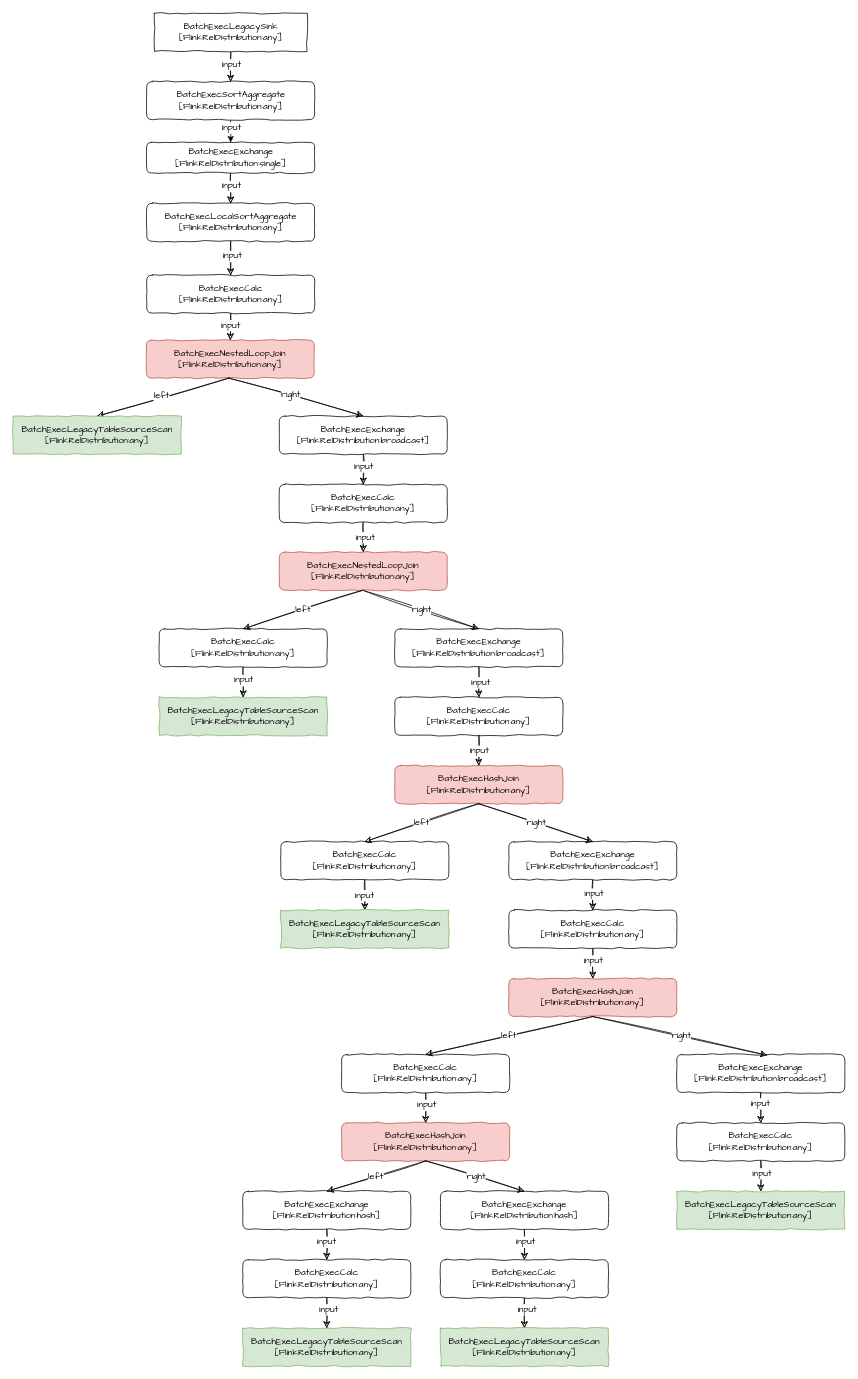
Above: tpc_ds_query13.drawio in YoungLiu/drawio (draw.io), before the change. Source tidied: cells renumbered, new cells numbered last; positions are measured from the earlier drawing's top-left corner, leaving out a move shared by most shapes. Both pictures are drawn from the tidied source at 76%, with x=0, y=0 at pixel (13, 13).
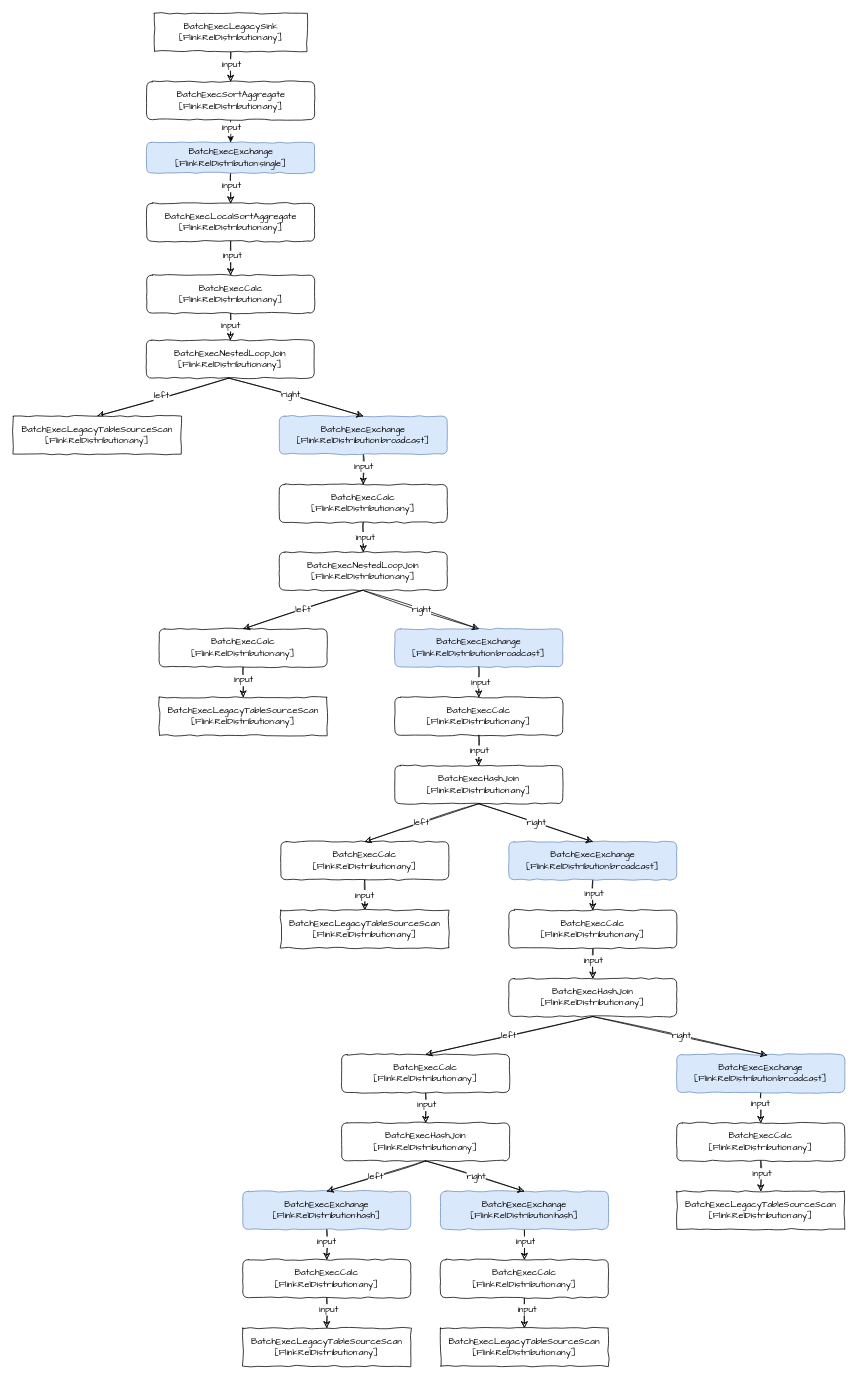
The same page after the edit.

Change to the diagram source:
```diff
@@
-    <mxCell id="10" value="&lt;span style=&quot;&quot;&gt;BatchExecExchange&lt;br&gt;[&lt;/span&gt;&lt;span style=&quot;&quot;&gt;FlinkRelDistribution:single&lt;/span&gt;&lt;span style=&quot;&quot;&gt;]&lt;br&gt;&lt;/span&gt;" style="rounded=1;whiteSpace=wrap;html=1;comic=1;fontFamily=Comic Sans MS;" parent="1" vertex="1">
+    <mxCell id="10" value="&lt;span style=&quot;&quot;&gt;BatchExecExchange&lt;br&gt;[&lt;/span&gt;&lt;span style=&quot;&quot;&gt;FlinkRelDistribution:single&lt;/span&gt;&lt;span style=&quot;&quot;&gt;]&lt;br&gt;&lt;/span&gt;" style="rounded=1;whiteSpace=wrap;html=1;comic=1;fontFamily=Comic Sans MS;fillColor=#dae8fc;strokeColor=#6c8ebf;" parent="1" vertex="1">
       <mxGeometry x="175.5" y="170" width="221" height="40" as="geometry" />
     </mxCell>
@@
-    <mxCell id="17" value="&lt;span&gt;BatchExecNestedLoopJoin&lt;br&gt;[&lt;/span&gt;&lt;span&gt;FlinkRelDistribution:any&lt;/span&gt;&lt;span&gt;]&lt;/span&gt;&lt;span&gt;&lt;br&gt;&lt;/span&gt;" style="rounded=1;whiteSpace=wrap;html=1;comic=1;fontFamily=Comic Sans MS;fillColor=#f8cecc;strokeColor=#b85450;" parent="1" vertex="1">
+    <mxCell id="17" value="&lt;span&gt;BatchExecNestedLoopJoin&lt;br&gt;[&lt;/span&gt;&lt;span&gt;FlinkRelDistribution:any&lt;/span&gt;&lt;span&gt;]&lt;/span&gt;&lt;span&gt;&lt;br&gt;&lt;/span&gt;" style="rounded=1;whiteSpace=wrap;html=1;comic=1;fontFamily=Comic Sans MS;" parent="1" vertex="1">
       <mxGeometry x="175" y="430" width="221" height="50" as="geometry" />
     </mxCell>
@@
-    <mxCell id="22" value="&lt;span&gt;BatchExecExchange&lt;br&gt;[&lt;/span&gt;&lt;span&gt;FlinkRelDistribution:broadcast&lt;/span&gt;&lt;span&gt;]&lt;/span&gt;&lt;span&gt;&lt;br&gt;&lt;/span&gt;" style="rounded=1;whiteSpace=wrap;html=1;comic=1;fontFamily=Comic Sans MS;" parent="1" vertex="1">
+    <mxCell id="22" value="&lt;span&gt;BatchExecExchange&lt;br&gt;[&lt;/span&gt;&lt;span&gt;FlinkRelDistribution:broadcast&lt;/span&gt;&lt;span&gt;]&lt;/span&gt;&lt;span&gt;&lt;br&gt;&lt;/span&gt;" style="rounded=1;whiteSpace=wrap;html=1;comic=1;fontFamily=Comic Sans MS;fillColor=#dae8fc;strokeColor=#6c8ebf;" parent="1" vertex="1">
       <mxGeometry x="350" y="530" width="221" height="50" as="geometry" />
     </mxCell>
@@
-    <mxCell id="25" value="&lt;span style=&quot;&quot;&gt;BatchExecLegacyTableSourceScan&lt;br&gt;[&lt;/span&gt;&lt;span style=&quot;&quot;&gt;FlinkRelDistribution:any&lt;/span&gt;&lt;span style=&quot;&quot;&gt;]&lt;/span&gt;&lt;span style=&quot;&quot;&gt;&lt;br&gt;&lt;/span&gt;" style="rounded=0;whiteSpace=wrap;html=1;comic=1;fontFamily=Comic Sans MS;fillColor=#d5e8d4;strokeColor=#82b366;" parent="1" vertex="1">
+    <mxCell id="25" value="&lt;span style=&quot;&quot;&gt;BatchExecLegacyTableSourceScan&lt;br&gt;[&lt;/span&gt;&lt;span style=&quot;&quot;&gt;FlinkRelDistribution:any&lt;/span&gt;&lt;span style=&quot;&quot;&gt;]&lt;/span&gt;&lt;span style=&quot;&quot;&gt;&lt;br&gt;&lt;/span&gt;" style="rounded=0;whiteSpace=wrap;html=1;comic=1;fontFamily=Comic Sans MS;" parent="1" vertex="1">
       <mxGeometry y="530" width="221" height="50" as="geometry" />
     </mxCell>
@@
-    <mxCell id="29" value="&lt;span&gt;BatchExecNestedLoopJoin&lt;br&gt;[&lt;/span&gt;&lt;span&gt;FlinkRelDistribution:any&lt;/span&gt;&lt;span&gt;]&lt;/span&gt;&lt;span&gt;&lt;br&gt;&lt;/span&gt;" style="rounded=1;whiteSpace=wrap;html=1;comic=1;fontFamily=Comic Sans MS;fillColor=#f8cecc;strokeColor=#b85450;" parent="1" vertex="1">
+    <mxCell id="29" value="&lt;span&gt;BatchExecNestedLoopJoin&lt;br&gt;[&lt;/span&gt;&lt;span&gt;FlinkRelDistribution:any&lt;/span&gt;&lt;span&gt;]&lt;/span&gt;&lt;span&gt;&lt;br&gt;&lt;/span&gt;" style="rounded=1;whiteSpace=wrap;html=1;comic=1;fontFamily=Comic Sans MS;" parent="1" vertex="1">
       <mxGeometry x="350" y="709" width="221" height="50" as="geometry" />
     </mxCell>
@@
-    <mxCell id="35" value="&lt;span&gt;BatchExecExchange&lt;br&gt;[&lt;/span&gt;&lt;span&gt;FlinkRelDistribution:broadcast&lt;/span&gt;&lt;span&gt;]&lt;/span&gt;&lt;span&gt;&lt;br&gt;&lt;/span&gt;" style="rounded=1;whiteSpace=wrap;html=1;comic=1;fontFamily=Comic Sans MS;" parent="1" vertex="1">
+    <mxCell id="35" value="&lt;span&gt;BatchExecExchange&lt;br&gt;[&lt;/span&gt;&lt;span&gt;FlinkRelDistribution:broadcast&lt;/span&gt;&lt;span&gt;]&lt;/span&gt;&lt;span&gt;&lt;br&gt;&lt;/span&gt;" style="rounded=1;whiteSpace=wrap;html=1;comic=1;fontFamily=Comic Sans MS;fillColor=#dae8fc;strokeColor=#6c8ebf;" parent="1" vertex="1">
       <mxGeometry x="502" y="810" width="221" height="50" as="geometry" />
     </mxCell>
@@
-    <mxCell id="40" value="&lt;span style=&quot;&quot;&gt;BatchExecHashJoin&lt;br&gt;[&lt;/span&gt;&lt;span style=&quot;&quot;&gt;FlinkRelDistribution:any&lt;/span&gt;&lt;span style=&quot;&quot;&gt;]&lt;/span&gt;&lt;span style=&quot;&quot;&gt;&lt;br&gt;&lt;/span&gt;" style="rounded=1;whiteSpace=wrap;html=1;comic=1;fontFamily=Comic Sans MS;fillColor=#f8cecc;strokeColor=#b85450;" parent="1" vertex="1">
+    <mxCell id="40" value="&lt;span style=&quot;&quot;&gt;BatchExecHashJoin&lt;br&gt;[&lt;/span&gt;&lt;span style=&quot;&quot;&gt;FlinkRelDistribution:any&lt;/span&gt;&lt;span style=&quot;&quot;&gt;]&lt;/span&gt;&lt;span style=&quot;&quot;&gt;&lt;br&gt;&lt;/span&gt;" style="rounded=1;whiteSpace=wrap;html=1;comic=1;fontFamily=Comic Sans MS;" parent="1" vertex="1">
       <mxGeometry x="502" y="990" width="221" height="50" as="geometry" />
     </mxCell>
@@
-    <mxCell id="43" value="&lt;span style=&quot;&quot;&gt;BatchExecLegacyTableSourceScan&lt;br&gt;[&lt;/span&gt;&lt;span style=&quot;&quot;&gt;FlinkRelDistribution:any&lt;/span&gt;&lt;span style=&quot;&quot;&gt;]&lt;/span&gt;&lt;span style=&quot;&quot;&gt;&lt;br&gt;&lt;/span&gt;" style="rounded=0;whiteSpace=wrap;html=1;comic=1;fontFamily=Comic Sans MS;fillColor=#d5e8d4;strokeColor=#82b366;" parent="1" vertex="1">
+    <mxCell id="43" value="&lt;span style=&quot;&quot;&gt;BatchExecLegacyTableSourceScan&lt;br&gt;[&lt;/span&gt;&lt;span style=&quot;&quot;&gt;FlinkRelDistribution:any&lt;/span&gt;&lt;span style=&quot;&quot;&gt;]&lt;/span&gt;&lt;span style=&quot;&quot;&gt;&lt;br&gt;&lt;/span&gt;" style="rounded=0;whiteSpace=wrap;html=1;comic=1;fontFamily=Comic Sans MS;" parent="1" vertex="1">
       <mxGeometry x="192" y="900" width="221" height="50" as="geometry" />
     </mxCell>
@@
-    <mxCell id="49" value="&lt;span style=&quot;&quot;&gt;BatchExecLegacyTableSourceScan&lt;br&gt;[&lt;/span&gt;&lt;span style=&quot;&quot;&gt;FlinkRelDistribution:any&lt;/span&gt;&lt;span style=&quot;&quot;&gt;]&lt;/span&gt;&lt;span style=&quot;&quot;&gt;&lt;br&gt;&lt;/span&gt;" style="rounded=0;whiteSpace=wrap;html=1;comic=1;fontFamily=Comic Sans MS;fillColor=#d5e8d4;strokeColor=#82b366;" parent="1" vertex="1">
+    <mxCell id="49" value="&lt;span style=&quot;&quot;&gt;BatchExecLegacyTableSourceScan&lt;br&gt;[&lt;/span&gt;&lt;span style=&quot;&quot;&gt;FlinkRelDistribution:any&lt;/span&gt;&lt;span style=&quot;&quot;&gt;]&lt;/span&gt;&lt;span style=&quot;&quot;&gt;&lt;br&gt;&lt;/span&gt;" style="rounded=0;whiteSpace=wrap;html=1;comic=1;fontFamily=Comic Sans MS;" parent="1" vertex="1">
       <mxGeometry x="352" y="1180" width="221" height="50" as="geometry" />
     </mxCell>
@@
-    <mxCell id="52" value="&lt;span&gt;BatchExecExchange&lt;br&gt;[&lt;/span&gt;&lt;span&gt;FlinkRelDistribution:broadcast&lt;/span&gt;&lt;span&gt;]&lt;/span&gt;&lt;span&gt;&lt;br&gt;&lt;/span&gt;" style="rounded=1;whiteSpace=wrap;html=1;comic=1;fontFamily=Comic Sans MS;" parent="1" vertex="1">
+    <mxCell id="52" value="&lt;span&gt;BatchExecExchange&lt;br&gt;[&lt;/span&gt;&lt;span&gt;FlinkRelDistribution:broadcast&lt;/span&gt;&lt;span&gt;]&lt;/span&gt;&lt;span&gt;&lt;br&gt;&lt;/span&gt;" style="rounded=1;whiteSpace=wrap;html=1;comic=1;fontFamily=Comic Sans MS;fillColor=#dae8fc;strokeColor=#6c8ebf;" parent="1" vertex="1">
       <mxGeometry x="652" y="1090" width="221" height="50" as="geometry" />
     </mxCell>
@@
-    <mxCell id="58" value="&lt;span style=&quot;&quot;&gt;BatchExecHashJoin&lt;br&gt;[&lt;/span&gt;&lt;span style=&quot;&quot;&gt;FlinkRelDistribution:any&lt;/span&gt;&lt;span style=&quot;&quot;&gt;]&lt;/span&gt;&lt;span style=&quot;&quot;&gt;&lt;br&gt;&lt;/span&gt;" style="rounded=1;whiteSpace=wrap;html=1;comic=1;fontFamily=Comic Sans MS;fillColor=#f8cecc;strokeColor=#b85450;" parent="1" vertex="1">
+    <mxCell id="58" value="&lt;span style=&quot;&quot;&gt;BatchExecHashJoin&lt;br&gt;[&lt;/span&gt;&lt;span style=&quot;&quot;&gt;FlinkRelDistribution:any&lt;/span&gt;&lt;span style=&quot;&quot;&gt;]&lt;/span&gt;&lt;span style=&quot;&quot;&gt;&lt;br&gt;&lt;/span&gt;" style="rounded=1;whiteSpace=wrap;html=1;comic=1;fontFamily=Comic Sans MS;" parent="1" vertex="1">
       <mxGeometry x="652" y="1270" width="221" height="50" as="geometry" />
     </mxCell>
@@
-    <mxCell id="66" value="&lt;span&gt;BatchExecExchange&lt;br&gt;[&lt;/span&gt;&lt;span&gt;FlinkRelDistribution:broadcast&lt;/span&gt;&lt;span&gt;]&lt;/span&gt;&lt;span&gt;&lt;br&gt;&lt;/span&gt;" style="rounded=1;whiteSpace=wrap;html=1;comic=1;fontFamily=Comic Sans MS;" parent="1" vertex="1">
+    <mxCell id="66" value="&lt;span&gt;BatchExecExchange&lt;br&gt;[&lt;/span&gt;&lt;span&gt;FlinkRelDistribution:broadcast&lt;/span&gt;&lt;span&gt;]&lt;/span&gt;&lt;span&gt;&lt;br&gt;&lt;/span&gt;" style="rounded=1;whiteSpace=wrap;html=1;comic=1;fontFamily=Comic Sans MS;fillColor=#dae8fc;strokeColor=#6c8ebf;" parent="1" vertex="1">
       <mxGeometry x="873" y="1370" width="221" height="50" as="geometry" />
     </mxCell>
@@
-    <mxCell id="72" value="&lt;span style=&quot;&quot;&gt;BatchExecLegacyTableSourceScan&lt;br&gt;[&lt;/span&gt;&lt;span style=&quot;&quot;&gt;FlinkRelDistribution:any&lt;/span&gt;&lt;span style=&quot;&quot;&gt;]&lt;/span&gt;&lt;span style=&quot;&quot;&gt;&lt;br&gt;&lt;/span&gt;" style="rounded=0;whiteSpace=wrap;html=1;comic=1;fontFamily=Comic Sans MS;fillColor=#d5e8d4;strokeColor=#82b366;" parent="1" vertex="1">
+    <mxCell id="72" value="&lt;span style=&quot;&quot;&gt;BatchExecLegacyTableSourceScan&lt;br&gt;[&lt;/span&gt;&lt;span style=&quot;&quot;&gt;FlinkRelDistribution:any&lt;/span&gt;&lt;span style=&quot;&quot;&gt;]&lt;/span&gt;&lt;span style=&quot;&quot;&gt;&lt;br&gt;&lt;/span&gt;" style="rounded=0;whiteSpace=wrap;html=1;comic=1;fontFamily=Comic Sans MS;" parent="1" vertex="1">
       <mxGeometry x="873" y="1550" width="221" height="50" as="geometry" />
     </mxCell>
-    <mxCell id="73" value="&lt;span style=&quot;&quot;&gt;BatchExecHashJoin&lt;br&gt;[&lt;/span&gt;&lt;span style=&quot;&quot;&gt;FlinkRelDistribution:any&lt;/span&gt;&lt;span style=&quot;&quot;&gt;]&lt;/span&gt;&lt;span style=&quot;&quot;&gt;&lt;br&gt;&lt;/span&gt;" style="rounded=1;whiteSpace=wrap;html=1;comic=1;fontFamily=Comic Sans MS;fillColor=#f8cecc;strokeColor=#b85450;" parent="1" vertex="1">
+    <mxCell id="73" value="&lt;span style=&quot;&quot;&gt;BatchExecHashJoin&lt;br&gt;[&lt;/span&gt;&lt;span style=&quot;&quot;&gt;FlinkRelDistribution:any&lt;/span&gt;&lt;span style=&quot;&quot;&gt;]&lt;/span&gt;&lt;span style=&quot;&quot;&gt;&lt;br&gt;&lt;/span&gt;" style="rounded=1;whiteSpace=wrap;html=1;comic=1;fontFamily=Comic Sans MS;" parent="1" vertex="1">
       <mxGeometry x="432" y="1460" width="221" height="50" as="geometry" />
     </mxCell>
@@
-    <mxCell id="76" value="&lt;span&gt;BatchExecExchange&lt;br&gt;[&lt;/span&gt;&lt;span&gt;FlinkRelDistribution:hash&lt;/span&gt;&lt;span&gt;]&lt;/span&gt;&lt;span&gt;&lt;br&gt;&lt;/span&gt;" style="rounded=1;whiteSpace=wrap;html=1;comic=1;fontFamily=Comic Sans MS;" parent="1" vertex="1">
+    <mxCell id="76" value="&lt;span&gt;BatchExecExchange&lt;br&gt;[&lt;/span&gt;&lt;span&gt;FlinkRelDistribution:hash&lt;/span&gt;&lt;span&gt;]&lt;/span&gt;&lt;span&gt;&lt;br&gt;&lt;/span&gt;" style="rounded=1;whiteSpace=wrap;html=1;comic=1;fontFamily=Comic Sans MS;fillColor=#dae8fc;strokeColor=#6c8ebf;" parent="1" vertex="1">
       <mxGeometry x="562" y="1550" width="221" height="50" as="geometry" />
     </mxCell>
@@
-    <mxCell id="79" value="&lt;span&gt;BatchExecExchange&lt;br&gt;[&lt;/span&gt;&lt;span&gt;FlinkRelDistribution:hash&lt;/span&gt;&lt;span&gt;]&lt;/span&gt;&lt;span&gt;&lt;br&gt;&lt;/span&gt;" style="rounded=1;whiteSpace=wrap;html=1;comic=1;fontFamily=Comic Sans MS;" parent="1" vertex="1">
+    <mxCell id="79" value="&lt;span&gt;BatchExecExchange&lt;br&gt;[&lt;/span&gt;&lt;span&gt;FlinkRelDistribution:hash&lt;/span&gt;&lt;span&gt;]&lt;/span&gt;&lt;span&gt;&lt;br&gt;&lt;/span&gt;" style="rounded=1;whiteSpace=wrap;html=1;comic=1;fontFamily=Comic Sans MS;fillColor=#dae8fc;strokeColor=#6c8ebf;" parent="1" vertex="1">
       <mxGeometry x="302" y="1550" width="221" height="50" as="geometry" />
     </mxCell>
@@
-    <mxCell id="87" value="&lt;span style=&quot;&quot;&gt;BatchExecLegacyTableSourceScan&lt;br&gt;[&lt;/span&gt;&lt;span style=&quot;&quot;&gt;FlinkRelDistribution:any&lt;/span&gt;&lt;span style=&quot;&quot;&gt;]&lt;/span&gt;&lt;span style=&quot;&quot;&gt;&lt;br&gt;&lt;/span&gt;" style="rounded=0;whiteSpace=wrap;html=1;comic=1;fontFamily=Comic Sans MS;fillColor=#d5e8d4;strokeColor=#82b366;" parent="1" vertex="1">
+    <mxCell id="87" value="&lt;span style=&quot;&quot;&gt;BatchExecLegacyTableSourceScan&lt;br&gt;[&lt;/span&gt;&lt;span style=&quot;&quot;&gt;FlinkRelDistribution:any&lt;/span&gt;&lt;span style=&quot;&quot;&gt;]&lt;/span&gt;&lt;span style=&quot;&quot;&gt;&lt;br&gt;&lt;/span&gt;" style="rounded=0;whiteSpace=wrap;html=1;comic=1;fontFamily=Comic Sans MS;" parent="1" vertex="1">
       <mxGeometry x="302" y="1730" width="221" height="50" as="geometry" />
     </mxCell>
@@
-    <mxCell id="91" value="&lt;span style=&quot;&quot;&gt;BatchExecLegacyTableSourceScan&lt;br&gt;[&lt;/span&gt;&lt;span style=&quot;&quot;&gt;FlinkRelDistribution:any&lt;/span&gt;&lt;span style=&quot;&quot;&gt;]&lt;/span&gt;&lt;span style=&quot;&quot;&gt;&lt;br&gt;&lt;/span&gt;" style="rounded=0;whiteSpace=wrap;html=1;comic=1;fontFamily=Comic Sans MS;fillColor=#d5e8d4;strokeColor=#82b366;" parent="1" vertex="1">
+    <mxCell id="91" value="&lt;span style=&quot;&quot;&gt;BatchExecLegacyTableSourceScan&lt;br&gt;[&lt;/span&gt;&lt;span style=&quot;&quot;&gt;FlinkRelDistribution:any&lt;/span&gt;&lt;span style=&quot;&quot;&gt;]&lt;/span&gt;&lt;span style=&quot;&quot;&gt;&lt;br&gt;&lt;/span&gt;" style="rounded=0;whiteSpace=wrap;html=1;comic=1;fontFamily=Comic Sans MS;" parent="1" vertex="1">
       <mxGeometry x="562" y="1730" width="221" height="50" as="geometry" />
     </mxCell>
```
